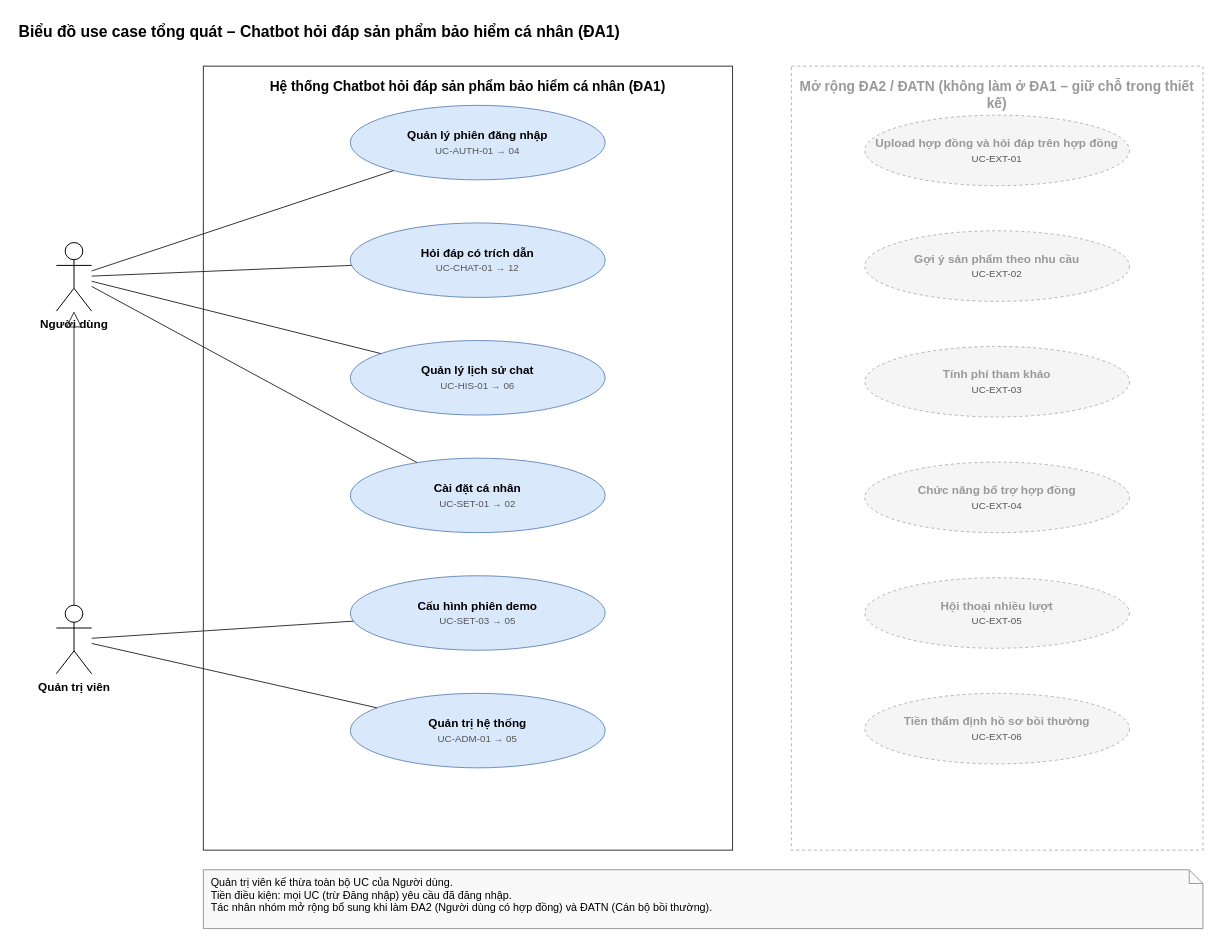
daisyngocha/bv-rag keeps this draw.io diagram as page "1. Tổng quát" (1 of 6) of docs/roadmap/4.DA1_UseCase.drawio.xml. Above is the earlier version. Source tidied: cells renumbered, new cells numbered last; positions are measured from the earlier drawing's top-left corner, leaving out a move shared by most shapes. Both pictures are drawn from the tidied source at 98%, with x=0, y=0 at pixel (17, 17).
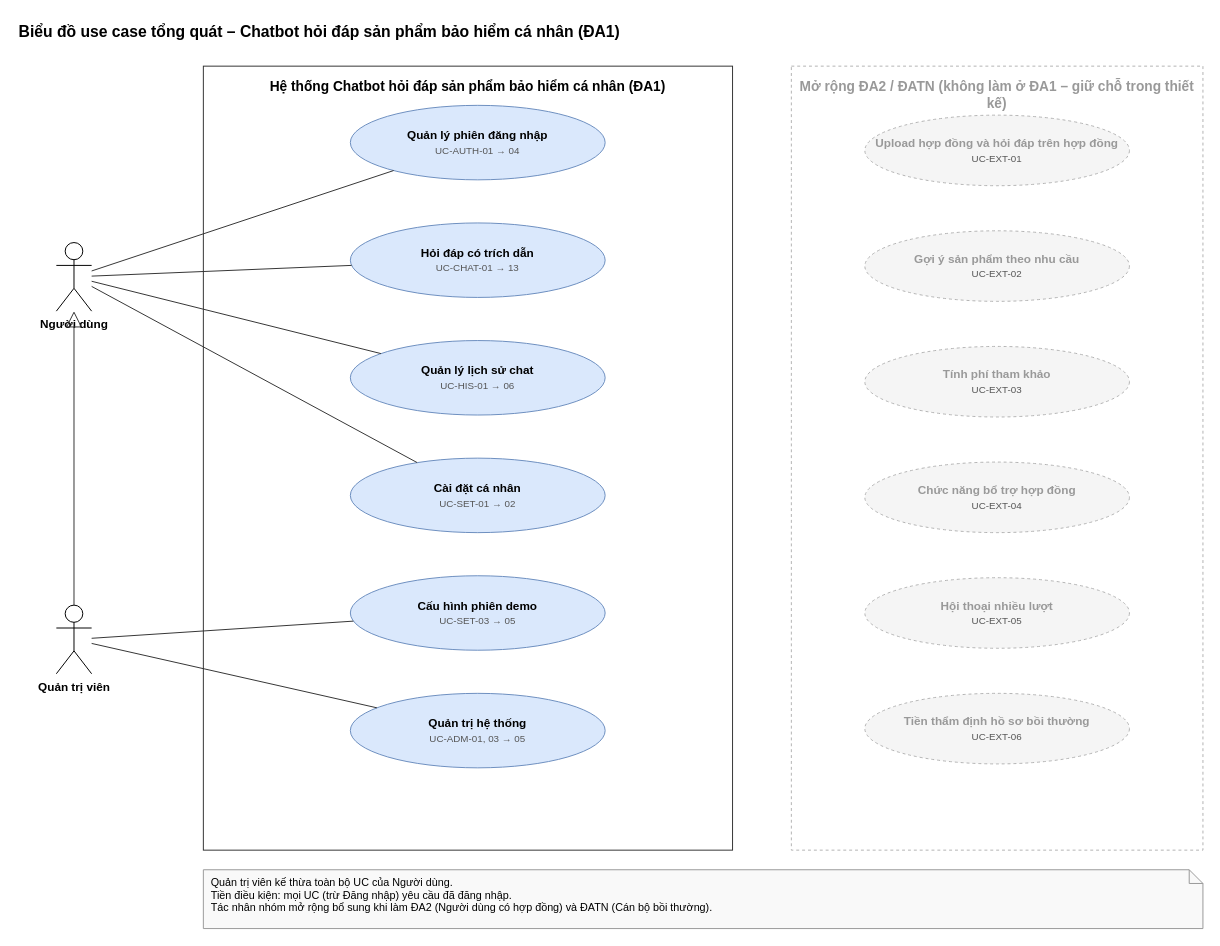
Above is the later version.

The edit, as a diff of the source:
```diff
@@
-    <mxCell id="8" value="&lt;b&gt;Hỏi đáp có trích dẫn&lt;/b&gt;&lt;br&gt;&lt;span style=&quot;font-size:10px;color:#555555&quot;&gt;UC-CHAT-01 → 12&lt;/span&gt;" style="ellipse;whiteSpace=wrap;html=1;fontFamily=Helvetica;fontSize=12;fillColor=#DAE8FC;strokeColor=#6C8EBF;" parent="1" vertex="1">
+    <mxCell id="8" value="&lt;b&gt;Hỏi đáp có trích dẫn&lt;/b&gt;&lt;br&gt;&lt;span style=&quot;font-size:10px;color:#555555&quot;&gt;UC-CHAT-01 → 13&lt;/span&gt;" style="ellipse;whiteSpace=wrap;html=1;fontFamily=Helvetica;fontSize=12;fillColor=#DAE8FC;strokeColor=#6C8EBF;" parent="1" vertex="1">
       <mxGeometry x="340" y="210" width="260" height="76" as="geometry" />
     </mxCell>
@@
-    <mxCell id="12" value="&lt;b&gt;Quản trị hệ thống&lt;/b&gt;&lt;br&gt;&lt;span style=&quot;font-size:10px;color:#555555&quot;&gt;UC-ADM-01 → 05&lt;/span&gt;" style="ellipse;whiteSpace=wrap;html=1;fontFamily=Helvetica;fontSize=12;fillColor=#DAE8FC;strokeColor=#6C8EBF;" parent="1" vertex="1">
+    <mxCell id="12" value="&lt;b&gt;Quản trị hệ thống&lt;/b&gt;&lt;br&gt;&lt;span style=&quot;font-size:10px;color:#555555&quot;&gt;UC-ADM-01, 03 → 05&lt;/span&gt;" style="ellipse;whiteSpace=wrap;html=1;fontFamily=Helvetica;fontSize=12;fillColor=#DAE8FC;strokeColor=#6C8EBF;" parent="1" vertex="1">
       <mxGeometry x="340" y="690" width="260" height="76" as="geometry" />
     </mxCell>
```
